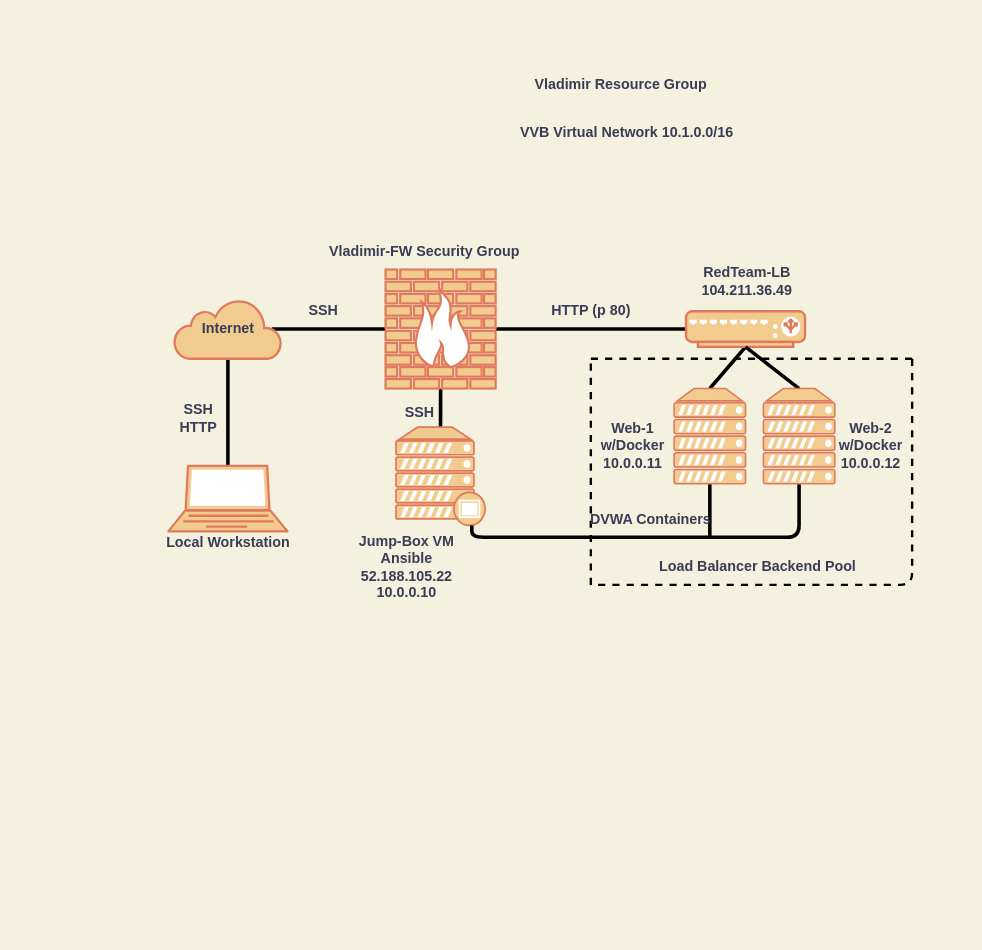
This is Ansible/Untitled Diagram.drawio from VBritvin/ELK_Project, a draw.io file, before an edit. Source tidied: cells renumbered, new cells numbered last; positions are measured from the earlier drawing's top-left corner, leaving out a move shared by most shapes. Both pictures are drawn from the tidied source at 119%, with x=0, y=0 at pixel (156, 73).
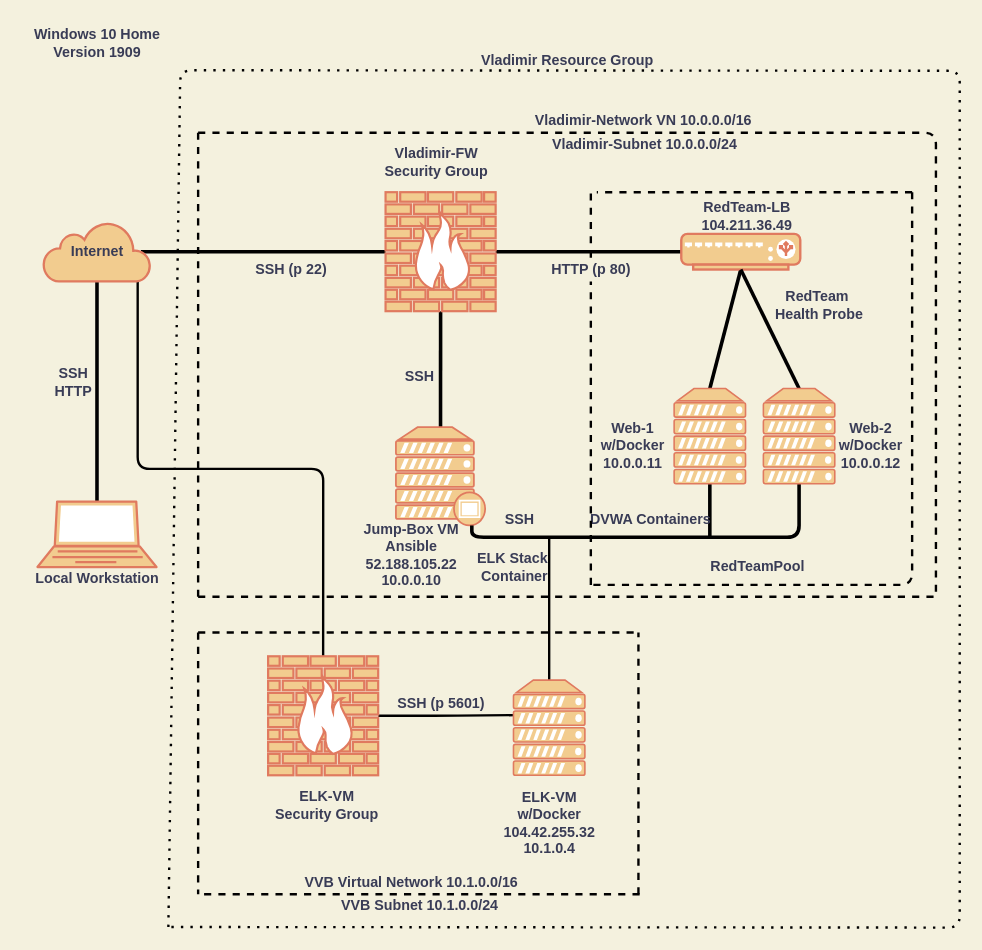
After the change.

The change refers to these unchanged cells:
```xml
<mxCell id="16" style="fontColor=#393C56;verticalAlign=top;verticalLabelPosition=bottom;labelPosition=center;align=center;html=1;outlineConnect=0;fillColor=#F2CC8F;strokeColor=#E07A5F;gradientDirection=north;strokeWidth=2;shape=mxgraph.networks.server;" parent="1" vertex="1">
  <mxGeometry x="510" y="265" width="60" height="80" as="geometry" />
</mxCell>
```

What changed in the source:
```diff
@@
     <mxCell id="3" style="fontColor=#393C56;verticalAlign=top;verticalLabelPosition=bottom;labelPosition=center;align=center;html=1;outlineConnect=0;fillColor=#F2CC8F;strokeColor=#E07A5F;gradientDirection=north;strokeWidth=2;shape=mxgraph.networks.laptop;" parent="1" vertex="1">
-      <mxGeometry x="10" y="330" width="100" height="55" as="geometry" />
+      <mxGeometry x="-100" y="360" width="100" height="55" as="geometry" />
     </mxCell>
@@
+    <mxCell id="34" style="edgeStyle=orthogonalEdgeStyle;rounded=1;sketch=0;jettySize=auto;html=1;exitX=0.88;exitY=1;exitDx=0;exitDy=0;exitPerimeter=0;entryX=0.5;entryY=0;entryDx=0;entryDy=0;entryPerimeter=0;endArrow=none;endFill=0;strokeColor=#000000;strokeWidth=2;fillColor=#F2CC8F;fontColor=#393C56;" parent="1" edge="1" source="5" target="38">
+      <mxGeometry relative="1" as="geometry" />
+    </mxCell>
     <mxCell id="5" value="Internet" style="html=1;outlineConnect=0;fillColor=#F2CC8F;strokeColor=#E07A5F;gradientDirection=north;strokeWidth=2;shape=mxgraph.networks.cloud;fontColor=#393C56;fontStyle=1;" parent="1" vertex="1">
-      <mxGeometry x="15" y="190" width="90" height="50" as="geometry" />
+      <mxGeometry x="-95" y="125" width="90" height="50" as="geometry" />
     </mxCell>
@@
     <mxCell id="8" style="fontColor=#393C56;verticalAlign=top;verticalLabelPosition=bottom;labelPosition=center;align=center;html=1;outlineConnect=0;fillColor=#F2CC8F;strokeColor=#E07A5F;gradientDirection=north;strokeWidth=2;shape=mxgraph.networks.firewall;" parent="1" vertex="1">
-      <mxGeometry x="192.5" y="165" width="92.5" height="100" as="geometry" />
+      <mxGeometry x="192.5" y="100" width="92.5" height="100" as="geometry" />
     </mxCell>
@@
     <mxCell id="10" style="fontColor=#393C56;verticalAlign=top;verticalLabelPosition=bottom;labelPosition=center;align=center;html=1;outlineConnect=0;fillColor=#F2CC8F;strokeColor=#E07A5F;gradientDirection=north;strokeWidth=2;shape=mxgraph.networks.load_balancer;" parent="1" vertex="1">
-      <mxGeometry x="445" y="200" width="100" height="30" as="geometry" />
+      <mxGeometry x="441" y="135" width="100" height="30" as="geometry" />
     </mxCell>
@@
-    <mxCell id="14" style="edgeStyle=none;rounded=1;sketch=0;jettySize=auto;html=1;exitX=0.5;exitY=0;exitDx=0;exitDy=0;exitPerimeter=0;endArrow=none;endFill=0;strokeColor=#000000;strokeWidth=3;fillColor=#F2CC8F;fontColor=#393C56;" parent="1" edge="1" source="16">
-      <mxGeometry relative="1" as="geometry">
-        <mxPoint x="495" y="230" as="targetPoint" />
-      </mxGeometry>
+    <mxCell id="14" style="edgeStyle=none;rounded=1;sketch=0;jettySize=auto;html=1;exitX=0.5;exitY=0;exitDx=0;exitDy=0;exitPerimeter=0;endArrow=none;endFill=0;strokeColor=#000000;strokeWidth=3;fillColor=#F2CC8F;fontColor=#393C56;entryX=0.5;entryY=1;entryDx=0;entryDy=0;entryPerimeter=0;" parent="1" edge="1" source="16" target="10">
+      <mxGeometry relative="1" as="geometry" />
     </mxCell>
@@
     <mxCell id="17" value="Local Workstation" style="text;html=1;align=center;verticalAlign=middle;fillColor=none;strokeColor=none;rounded=0;sketch=0;fontColor=#393C56;fontStyle=1;" parent="1" vertex="1">
-      <mxGeometry y="385" width="120" height="20" as="geometry" />
+      <mxGeometry x="-110" y="415" width="120" height="20" as="geometry" />
     </mxCell>
     <mxCell id="18" value="SSH&lt;br&gt;HTTP" style="text;html=1;align=center;verticalAlign=middle;fillColor=none;strokeColor=none;rounded=0;sketch=0;fontColor=#393C56;fontStyle=1;" parent="1" vertex="1">
-      <mxGeometry x="10" y="275" width="50" height="30" as="geometry" />
+      <mxGeometry x="-95" y="245" width="50" height="30" as="geometry" />
     </mxCell>
     <mxCell id="19" value="Vladimir Resource Group" style="text;html=1;align=center;verticalAlign=middle;fillColor=none;strokeColor=none;rounded=0;shadow=1;sketch=0;fontColor=#393C56;fontStyle=1;" parent="1" vertex="1">
-      <mxGeometry x="310" width="160" height="20" as="geometry" />
+      <mxGeometry x="265" y="-20" width="160" height="20" as="geometry" />
     </mxCell>
     <mxCell id="20" value="VVB Virtual Network 10.1.0.0/16" style="text;html=1;align=center;verticalAlign=middle;fillColor=none;strokeColor=none;rounded=0;shadow=1;sketch=0;fontColor=#393C56;fontStyle=1;" parent="1" vertex="1">
-      <mxGeometry x="300" y="40" width="190" height="20" as="geometry" />
+      <mxGeometry x="118.8" y="670" width="190" height="20" as="geometry" />
     </mxCell>
-    <mxCell id="21" value="&lt;b&gt;Vladimir-FW Security Group&lt;/b&gt;" style="text;html=1;align=center;verticalAlign=middle;fillColor=none;strokeColor=none;rounded=0;shadow=1;sketch=0;fontColor=#393C56;" parent="1" vertex="1">
-      <mxGeometry x="135" y="140" width="180" height="20" as="geometry" />
+    <mxCell id="21" value="&lt;b&gt;Vladimir-FW&lt;br&gt;Security Group&lt;/b&gt;" style="text;html=1;align=center;verticalAlign=middle;fillColor=none;strokeColor=none;rounded=0;shadow=1;sketch=0;fontColor=#393C56;" parent="1" vertex="1">
+      <mxGeometry x="185" y="60" width="100" height="30" as="geometry" />
     </mxCell>
     <mxCell id="22" value="&lt;b&gt;RedTeam-LB&lt;br&gt;104.211.36.49&lt;br&gt;&lt;/b&gt;" style="text;html=1;align=center;verticalAlign=middle;fillColor=none;strokeColor=none;rounded=0;shadow=1;sketch=0;fontColor=#393C56;" parent="1" vertex="1">
-      <mxGeometry x="451" y="160" width="90" height="30" as="geometry" />
+      <mxGeometry x="451" y="105" width="90" height="30" as="geometry" />
     </mxCell>
-    <mxCell id="23" value="&lt;b&gt;HTTP (p 80)&lt;/b&gt;" style="text;html=1;align=center;verticalAlign=middle;points=[];fillColor=none;strokeColor=none;rounded=0;shadow=1;sketch=0;fontColor=#393C56;" parent="1" vertex="1">
-      <mxGeometry x="325" y="190" width="80" height="20" as="geometry" />
-    </mxCell>
-    <mxCell id="24" value="&lt;b&gt;SSH&lt;/b&gt;" style="text;html=1;align=center;verticalAlign=middle;fillColor=none;strokeColor=none;rounded=0;shadow=1;sketch=0;fontColor=#393C56;" parent="1" vertex="1">
-      <mxGeometry x="120" y="190" width="40" height="20" as="geometry" />
+    <mxCell id="24" value="&lt;b&gt;SSH (p 22)&lt;/b&gt;" style="text;html=1;align=center;verticalAlign=middle;fillColor=none;strokeColor=none;rounded=0;shadow=1;sketch=0;fontColor=#393C56;" parent="1" vertex="1">
+      <mxGeometry x="72.5" y="155" width="80" height="20" as="geometry" />
     </mxCell>
     <mxCell id="25" value="&lt;b&gt;Jump-Box VM&lt;br&gt;Ansible&lt;br&gt;52.188.105.22&lt;br&gt;10.0.0.10&lt;br&gt;&lt;/b&gt;" style="text;html=1;align=center;verticalAlign=middle;fillColor=none;strokeColor=none;rounded=0;shadow=1;sketch=0;fontColor=#393C56;" parent="1" vertex="1">
-      <mxGeometry x="160" y="385" width="100" height="60" as="geometry" />
+      <mxGeometry x="163.8" y="375" width="100" height="60" as="geometry" />
     </mxCell>
@@
     <mxCell id="28" value="&lt;b&gt;SSH&lt;/b&gt;" style="text;html=1;align=center;verticalAlign=middle;fillColor=none;strokeColor=none;rounded=0;shadow=1;sketch=0;fontColor=#393C56;" parent="1" vertex="1">
-      <mxGeometry x="201.2" y="275" width="40" height="20" as="geometry" />
+      <mxGeometry x="201.2" y="245" width="40" height="20" as="geometry" />
     </mxCell>
-    <mxCell id="29" style="endArrow=none;dashed=1;html=1;strokeColor=#000000;strokeWidth=2;fillColor=#F2CC8F;fontColor=#393C56;" parent="1" edge="1">
+    <mxCell id="29" style="endArrow=none;dashed=1;html=1;strokeColor=#000000;strokeWidth=2;fillColor=#F2CC8F;fontColor=#393C56;" parent="1" edge="1" source="23">
       <mxGeometry relative="1" as="geometry">
-        <mxPoint x="365" y="430" as="sourcePoint" />
-        <mxPoint x="365" y="240" as="targetPoint" />
-        <Array as="points">
-          <mxPoint x="365" y="340" />
-        </Array>
+        <mxPoint x="365" y="100" as="targetPoint" />
       </mxGeometry>
     </mxCell>
     <mxCell id="30" style="endArrow=none;dashed=1;html=1;strokeColor=#000000;strokeWidth=2;fillColor=#F2CC8F;fontColor=#393C56;" parent="1" edge="1">
       <mxGeometry relative="1" as="geometry">
-        <mxPoint x="635" y="240" as="sourcePoint" />
+        <mxPoint x="635" y="100" as="sourcePoint" />
         <mxPoint x="365" y="430" as="targetPoint" />
         <Array as="points">
           <mxPoint x="635" y="430" />
         </Array>
       </mxGeometry>
     </mxCell>
-    <mxCell id="31" value="&lt;b&gt;Load Balancer Backend Pool&lt;/b&gt;" style="text;html=1;align=center;verticalAlign=middle;fillColor=none;strokeColor=none;rounded=0;shadow=1;sketch=0;fontColor=#393C56;" parent="1" vertex="1">
-      <mxGeometry x="415" y="405" width="180" height="20" as="geometry" />
+    <mxCell id="31" value="&lt;b&gt;RedTeamPool&lt;br&gt;&lt;/b&gt;" style="text;html=1;align=center;verticalAlign=middle;fillColor=none;strokeColor=none;rounded=0;shadow=1;sketch=0;fontColor=#393C56;" parent="1" vertex="1">
+      <mxGeometry x="460" y="405" width="90" height="20" as="geometry" />
     </mxCell>
     <mxCell id="32" style="endArrow=none;dashed=1;html=1;strokeColor=#000000;strokeWidth=2;fillColor=#F2CC8F;fontColor=#393C56;" parent="1" edge="1">
       <mxGeometry relative="1" as="geometry">
-        <mxPoint x="635" y="240" as="sourcePoint" />
-        <mxPoint x="365" y="240" as="targetPoint" />
+        <mxPoint x="635" y="100" as="sourcePoint" />
+        <mxPoint x="370" y="100" as="targetPoint" />
       </mxGeometry>
     </mxCell>
@@
+    <mxCell id="35" value="&lt;b&gt;RedTeam&lt;br&gt;&amp;nbsp;Health Probe&lt;/b&gt;" style="text;html=1;align=center;verticalAlign=middle;fillColor=none;strokeColor=none;rounded=0;shadow=1;sketch=0;fontColor=#393C56;" parent="1" vertex="1">
+      <mxGeometry x="510" y="180" width="90" height="30" as="geometry" />
+    </mxCell>
+    <mxCell id="23" value="&lt;b&gt;HTTP (p 80)&lt;/b&gt;" style="text;html=1;align=center;verticalAlign=middle;points=[];fillColor=none;strokeColor=none;rounded=0;shadow=1;sketch=0;fontColor=#393C56;" parent="1" vertex="1">
+      <mxGeometry x="325" y="155" width="80" height="20" as="geometry" />
+    </mxCell>
+    <mxCell id="36" style="endArrow=none;dashed=1;html=1;strokeColor=#000000;strokeWidth=2;fillColor=#F2CC8F;fontColor=#393C56;" parent="1" edge="1" target="23">
+      <mxGeometry relative="1" as="geometry">
+        <mxPoint x="365" y="430" as="sourcePoint" />
+        <Array as="points">
+          <mxPoint x="365" y="340" />
+        </Array>
+      </mxGeometry>
+    </mxCell>
+    <mxCell id="37" style="edgeStyle=orthogonalEdgeStyle;rounded=1;sketch=0;jettySize=auto;html=1;exitX=1;exitY=0.5;exitDx=0;exitDy=0;exitPerimeter=0;entryX=0.03;entryY=0.368;entryDx=0;entryDy=0;entryPerimeter=0;endArrow=none;endFill=0;strokeColor=#000000;strokeWidth=2;fillColor=#F2CC8F;fontColor=#393C56;" parent="1" edge="1" source="38" target="41">
+      <mxGeometry relative="1" as="geometry" />
+    </mxCell>
+    <mxCell id="38" style="fontColor=#393C56;verticalAlign=top;verticalLabelPosition=bottom;labelPosition=center;align=center;html=1;outlineConnect=0;fillColor=#F2CC8F;strokeColor=#E07A5F;gradientDirection=north;strokeWidth=2;shape=mxgraph.networks.firewall;" parent="1" vertex="1">
+      <mxGeometry x="93.8" y="490" width="92.5" height="100" as="geometry" />
+    </mxCell>
+    <mxCell id="39" value="&lt;b&gt;ELK-VM&lt;br&gt;Security Group&lt;br&gt;&lt;/b&gt;" style="text;html=1;align=center;verticalAlign=middle;fillColor=none;strokeColor=none;rounded=0;shadow=1;sketch=0;fontColor=#393C56;" parent="1" vertex="1">
+      <mxGeometry x="92.5" y="600" width="100" height="30" as="geometry" />
+    </mxCell>
+    <mxCell id="40" style="edgeStyle=orthogonalEdgeStyle;rounded=1;sketch=0;jettySize=auto;html=1;exitX=0.5;exitY=0;exitDx=0;exitDy=0;exitPerimeter=0;endArrow=none;endFill=0;strokeColor=#000000;strokeWidth=2;fillColor=#F2CC8F;fontColor=#393C56;" parent="1" edge="1" source="41">
+      <mxGeometry relative="1" as="geometry">
+        <mxPoint x="330" y="390" as="targetPoint" />
+      </mxGeometry>
+    </mxCell>
+    <mxCell id="41" style="fontColor=#393C56;verticalAlign=top;verticalLabelPosition=bottom;labelPosition=center;align=center;html=1;outlineConnect=0;fillColor=#F2CC8F;strokeColor=#E07A5F;gradientDirection=north;strokeWidth=2;shape=mxgraph.networks.server;" parent="1" vertex="1">
+      <mxGeometry x="300" y="510" width="60" height="80" as="geometry" />
+    </mxCell>
+    <mxCell id="42" value="&lt;b&gt;ELK-VM&lt;br&gt;w/Docker&lt;br&gt;104.42.255.32&lt;br&gt;10.1.0.4&lt;br&gt;&lt;/b&gt;" style="text;html=1;align=center;verticalAlign=middle;fillColor=none;strokeColor=none;rounded=0;shadow=1;sketch=0;fontColor=#393C56;" parent="1" vertex="1">
+      <mxGeometry x="285" y="600" width="90" height="60" as="geometry" />
+    </mxCell>
+    <mxCell id="43" style="endArrow=none;dashed=1;html=1;strokeColor=#000000;strokeWidth=2;fillColor=#F2CC8F;fontColor=#393C56;" parent="1" edge="1">
+      <mxGeometry relative="1" as="geometry">
+        <mxPoint x="40" y="690" as="sourcePoint" />
+        <mxPoint x="410" y="690" as="targetPoint" />
+      </mxGeometry>
+    </mxCell>
+    <mxCell id="44" style="endArrow=none;dashed=1;html=1;strokeColor=#000000;strokeWidth=2;fillColor=#F2CC8F;fontColor=#393C56;" parent="1" edge="1">
+      <mxGeometry relative="1" as="geometry">
+        <mxPoint x="405" y="690" as="sourcePoint" />
+        <mxPoint x="405" y="470" as="targetPoint" />
+      </mxGeometry>
+    </mxCell>
+    <mxCell id="45" style="endArrow=none;dashed=1;html=1;strokeColor=#000000;strokeWidth=2;fillColor=#F2CC8F;fontColor=#393C56;" parent="1" edge="1">
+      <mxGeometry relative="1" as="geometry">
+        <mxPoint x="35" y="470" as="sourcePoint" />
+        <mxPoint x="405" y="470" as="targetPoint" />
+      </mxGeometry>
+    </mxCell>
+    <mxCell id="46" style="endArrow=none;dashed=1;html=1;strokeColor=#000000;strokeWidth=2;fillColor=#F2CC8F;fontColor=#393C56;" parent="1" edge="1">
+      <mxGeometry relative="1" as="geometry">
+        <mxPoint x="35" y="470" as="sourcePoint" />
+        <mxPoint x="35" y="690" as="targetPoint" />
+      </mxGeometry>
+    </mxCell>
+    <mxCell id="47" value="&lt;b&gt;Vladimir-Network VN 10.0.0.0/16&lt;br&gt;&lt;/b&gt;" style="text;html=1;align=center;verticalAlign=middle;fillColor=none;strokeColor=none;rounded=0;shadow=1;sketch=0;fontColor=#393C56;" parent="1" vertex="1">
+      <mxGeometry x="308.8" y="30" width="200" height="20" as="geometry" />
+    </mxCell>
+    <mxCell id="48" value="&lt;b&gt;SSH (p 5601)&lt;/b&gt;" style="text;html=1;align=center;verticalAlign=middle;fillColor=none;strokeColor=none;rounded=0;shadow=1;sketch=0;fontColor=#393C56;" parent="1" vertex="1">
+      <mxGeometry x="193.8" y="520" width="90" height="20" as="geometry" />
+    </mxCell>
+    <mxCell id="49" style="endArrow=none;dashed=1;html=1;strokeColor=#000000;strokeWidth=2;fillColor=#F2CC8F;fontColor=#393C56;" parent="1" edge="1">
+      <mxGeometry relative="1" as="geometry">
+        <mxPoint x="35" y="440" as="sourcePoint" />
+        <mxPoint x="655" y="440" as="targetPoint" />
+      </mxGeometry>
+    </mxCell>
+    <mxCell id="50" style="endArrow=none;dashed=1;html=1;strokeColor=#000000;strokeWidth=2;fillColor=#F2CC8F;fontColor=#393C56;" parent="1" edge="1">
+      <mxGeometry relative="1" as="geometry">
+        <mxPoint x="35" y="440" as="sourcePoint" />
+        <mxPoint x="35" y="50" as="targetPoint" />
+      </mxGeometry>
+    </mxCell>
+    <mxCell id="51" style="endArrow=none;dashed=1;html=1;strokeColor=#000000;strokeWidth=2;fillColor=#F2CC8F;fontColor=#393C56;" parent="1" edge="1">
+      <mxGeometry relative="1" as="geometry">
+        <mxPoint x="35" y="50" as="sourcePoint" />
+        <mxPoint x="655" y="440" as="targetPoint" />
+        <Array as="points">
+          <mxPoint x="655" y="50" />
+        </Array>
+      </mxGeometry>
+    </mxCell>
+    <mxCell id="52" style="endArrow=none;dashed=1;html=1;dashPattern=1 3;strokeWidth=2;fillColor=#F2CC8F;fontColor=#393C56;" parent="1" edge="1">
+      <mxGeometry relative="1" as="geometry">
+        <mxPoint x="10" y="717.5" as="sourcePoint" />
+        <mxPoint x="10" y="717.5" as="targetPoint" />
+        <Array as="points">
+          <mxPoint x="20" y="-2.5" />
+          <mxPoint x="675" y="-2" />
+          <mxPoint x="675" y="360" />
+          <mxPoint x="675" y="718" />
+        </Array>
+      </mxGeometry>
+    </mxCell>
+    <mxCell id="53" value="&lt;b&gt;Vladimir-Subnet 10.0.0.0/24&lt;/b&gt;" style="text;html=1;align=center;verticalAlign=middle;fillColor=none;strokeColor=none;rounded=0;shadow=1;sketch=0;fontColor=#393C56;" parent="1" vertex="1">
+      <mxGeometry x="325" y="50" width="170" height="20" as="geometry" />
+    </mxCell>
+    <mxCell id="54" value="&lt;b&gt;VVB Subnet 10.1.0.0/24&lt;br&gt;&lt;/b&gt;" style="text;html=1;align=center;verticalAlign=middle;fillColor=none;strokeColor=none;rounded=0;shadow=1;sketch=0;fontColor=#393C56;" parent="1" vertex="1">
+      <mxGeometry x="146.2" y="690" width="150" height="20" as="geometry" />
+    </mxCell>
+    <mxCell id="55" value="&lt;b&gt;Windows 10 Home&lt;br&gt;Version 1909&lt;br&gt;&lt;/b&gt;" style="text;html=1;align=center;verticalAlign=middle;fillColor=none;strokeColor=none;rounded=0;shadow=1;sketch=0;fontColor=#393C56;" parent="1" vertex="1">
+      <mxGeometry x="-110" y="-40" width="120" height="30" as="geometry" />
+    </mxCell>
+    <mxCell id="56" value="&lt;b&gt;ELK Stack&lt;br&gt;&amp;nbsp;Container&lt;/b&gt;" style="text;html=1;align=center;verticalAlign=middle;fillColor=none;strokeColor=none;rounded=0;shadow=1;sketch=0;fontColor=#393C56;" parent="1" vertex="1">
+      <mxGeometry x="263.8" y="400" width="70" height="30" as="geometry" />
+    </mxCell>
+    <mxCell id="57" value="&lt;b&gt;SSH&lt;/b&gt;" style="text;html=1;align=center;verticalAlign=middle;fillColor=none;strokeColor=none;rounded=0;shadow=1;sketch=0;fontColor=#393C56;" parent="1" vertex="1">
+      <mxGeometry x="285" y="365" width="40" height="20" as="geometry" />
+    </mxCell>
```
